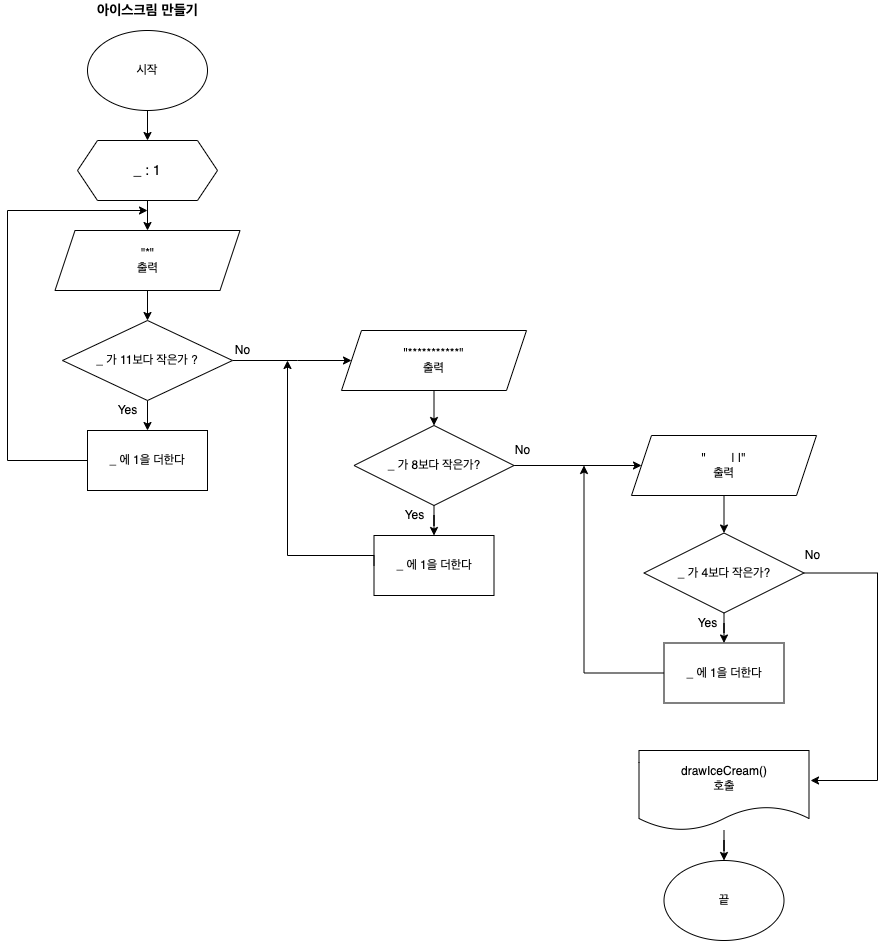
The draw.io diagram CodeStarterCamp_Week1/flowChart.drawIceCream.png in yagom-academy/swift-starter-camp-4th, before a commit. Source tidied: cells renumbered, new cells last; positions are measured from the earlier drawing's top-left corner, leaving out a move shared by most shapes. Its diagram source:
```xml
<mxGraphModel background="#ffffff">
  <root>
    <mxCell id="0" />
    <mxCell id="1" parent="0" />
    <mxCell id="2" style="edgeStyle=orthogonalEdgeStyle;rounded=0;orthogonalLoop=1;jettySize=auto;html=1;" parent="1" edge="1">
      <mxGeometry relative="1" as="geometry">
        <mxPoint x="140" y="100" as="sourcePoint" />
        <mxPoint x="140" y="140" as="targetPoint" />
      </mxGeometry>
    </mxCell>
    <mxCell id="3" value="시작" style="ellipse;whiteSpace=wrap;html=1;" parent="1" vertex="1">
      <mxGeometry x="80" y="30" width="120" height="80" as="geometry" />
    </mxCell>
    <mxCell id="4" style="edgeStyle=orthogonalEdgeStyle;rounded=0;orthogonalLoop=1;jettySize=auto;html=1;" parent="1" edge="1">
      <mxGeometry relative="1" as="geometry">
        <mxPoint x="140" y="200" as="sourcePoint" />
        <mxPoint x="140" y="230" as="targetPoint" />
      </mxGeometry>
    </mxCell>
    <mxCell id="5" style="edgeStyle=orthogonalEdgeStyle;rounded=0;orthogonalLoop=1;jettySize=auto;html=1;" parent="1" edge="1">
      <mxGeometry relative="1" as="geometry">
        <mxPoint x="140" y="290" as="sourcePoint" />
        <mxPoint x="140" y="320" as="targetPoint" />
      </mxGeometry>
    </mxCell>
    <mxCell id="6" style="edgeStyle=orthogonalEdgeStyle;rounded=0;jettySize=auto;html=1;" parent="1" edge="1" source="8">
      <mxGeometry relative="1" as="geometry">
        <mxPoint x="140" y="430" as="targetPoint" />
      </mxGeometry>
    </mxCell>
    <mxCell id="7" style="edgeStyle=orthogonalEdgeStyle;rounded=0;jettySize=auto;html=1;exitX=1;exitY=0.5;exitDx=0;exitDy=0;" parent="1" edge="1" source="8" target="23">
      <mxGeometry relative="1" as="geometry">
        <Array as="points">
          <mxPoint x="290" y="360" />
          <mxPoint x="290" y="360" />
        </Array>
      </mxGeometry>
    </mxCell>
    <mxCell id="8" value="_ 가 11보다 작은가 ?" style="rhombus;whiteSpace=wrap;html=1;" parent="1" vertex="1">
      <mxGeometry x="55" y="320" width="170" height="80" as="geometry" />
    </mxCell>
    <mxCell id="9" style="edgeStyle=orthogonalEdgeStyle;rounded=0;jettySize=auto;html=1;fontSize=12;" parent="1" edge="1" source="10">
      <mxGeometry relative="1" as="geometry">
        <mxPoint x="140" y="210" as="targetPoint" />
        <Array as="points">
          <mxPoint y="460" />
          <mxPoint y="210" />
          <mxPoint x="140" y="210" />
        </Array>
      </mxGeometry>
    </mxCell>
    <mxCell id="10" value="_ 에 1을 더한다" style="rounded=0;whiteSpace=wrap;html=1;" parent="1" vertex="1">
      <mxGeometry x="80" y="430" width="120" height="60" as="geometry" />
    </mxCell>
    <mxCell id="11" value="끝" style="ellipse;whiteSpace=wrap;html=1;" parent="1" vertex="1">
      <mxGeometry x="656.5" y="860" width="120" height="80" as="geometry" />
    </mxCell>
    <mxCell id="12" value="No" style="text;html=1;align=center;verticalAlign=middle;strokeColor=none;fillColor=none;" parent="1" vertex="1">
      <mxGeometry x="220" y="340" width="30" height="20" as="geometry" />
    </mxCell>
    <mxCell id="13" value="Yes" style="text;html=1;align=center;verticalAlign=middle;strokeColor=none;fillColor=none;" parent="1" vertex="1">
      <mxGeometry x="100" y="400" width="40" height="20" as="geometry" />
    </mxCell>
    <mxCell id="14" value="아이스크림 만들기" style="text;html=1;align=center;verticalAlign=middle;strokeColor=none;fillColor=none;fontSize=14;fontStyle=1;" parent="1" vertex="1">
      <mxGeometry x="80" width="120" height="20" as="geometry" />
    </mxCell>
    <mxCell id="15" style="edgeStyle=orthogonalEdgeStyle;rounded=0;jettySize=auto;html=1;" parent="1" edge="1" source="17" target="18">
      <mxGeometry relative="1" as="geometry" />
    </mxCell>
    <mxCell id="16" style="edgeStyle=orthogonalEdgeStyle;rounded=0;jettySize=auto;html=1;fontSize=12;" parent="1" edge="1" source="17" target="34">
      <mxGeometry relative="1" as="geometry" />
    </mxCell>
    <mxCell id="17" value="_ 가 8보다 작은가?" style="rhombus;whiteSpace=wrap;html=1;" parent="1" vertex="1">
      <mxGeometry x="346.5" y="425" width="160" height="80" as="geometry" />
    </mxCell>
    <mxCell id="18" value="_ 에 1을 더한다" style="rounded=0;whiteSpace=wrap;html=1;" parent="1" vertex="1">
      <mxGeometry x="366.5" y="535" width="120" height="60" as="geometry" />
    </mxCell>
    <mxCell id="19" style="edgeStyle=orthogonalEdgeStyle;rounded=0;jettySize=auto;html=1;exitX=0;exitY=0.5;exitDx=0;exitDy=0;" parent="1" edge="1" source="18">
      <mxGeometry relative="1" as="geometry">
        <mxPoint x="280" y="360" as="targetPoint" />
        <Array as="points">
          <mxPoint x="280" y="555" />
        </Array>
      </mxGeometry>
    </mxCell>
    <mxCell id="20" value="Yes" style="text;html=1;align=center;verticalAlign=middle;strokeColor=none;fillColor=none;" parent="1" vertex="1">
      <mxGeometry x="386.5" y="505" width="40" height="20" as="geometry" />
    </mxCell>
    <mxCell id="21" value="No" style="text;html=1;align=center;verticalAlign=middle;strokeColor=none;fillColor=none;" parent="1" vertex="1">
      <mxGeometry x="500" y="440" width="30" height="20" as="geometry" />
    </mxCell>
    <mxCell id="22" value="&quot;*&quot;&lt;br style=&quot;font-size: 12px;&quot;&gt;출력" style="shape=parallelogram;perimeter=parallelogramPerimeter;whiteSpace=wrap;html=1;fixedSize=1;fontSize=12;" parent="1" vertex="1">
      <mxGeometry x="47.5" y="230" width="185" height="60" as="geometry" />
    </mxCell>
    <mxCell id="23" value="&quot;***********&quot;&lt;br style=&quot;font-size: 12px;&quot;&gt;출력" style="shape=parallelogram;perimeter=parallelogramPerimeter;whiteSpace=wrap;html=1;fixedSize=1;fontSize=12;" parent="1" vertex="1">
      <mxGeometry x="334" y="330" width="185" height="60" as="geometry" />
    </mxCell>
    <mxCell id="24" value="_ : 1" style="shape=hexagon;perimeter=hexagonPerimeter2;whiteSpace=wrap;html=1;fixedSize=1;fontSize=14;" parent="1" vertex="1">
      <mxGeometry x="70" y="140" width="140" height="60" as="geometry" />
    </mxCell>
    <mxCell id="25" style="edgeStyle=orthogonalEdgeStyle;rounded=0;jettySize=auto;html=1;entryX=0.5;entryY=0;entryDx=0;entryDy=0;fontSize=12;" parent="1" edge="1" source="26" target="11">
      <mxGeometry relative="1" as="geometry" />
    </mxCell>
    <mxCell id="26" value="drawIceCream()&lt;br style=&quot;font-size: 12px&quot;&gt;호출" style="shape=document;whiteSpace=wrap;html=1;boundedLbl=1;fontSize=12;" parent="1" vertex="1">
      <mxGeometry x="631.5" y="750" width="170" height="80" as="geometry" />
    </mxCell>
    <mxCell id="27" style="edgeStyle=orthogonalEdgeStyle;rounded=0;jettySize=auto;html=1;exitX=0.5;exitY=1;exitDx=0;exitDy=0;" parent="1" edge="1" source="23">
      <mxGeometry relative="1" as="geometry">
        <mxPoint x="426.5" y="425" as="targetPoint" />
      </mxGeometry>
    </mxCell>
    <mxCell id="28" style="edgeStyle=orthogonalEdgeStyle;rounded=0;jettySize=auto;html=1;fontSize=12;entryX=1.009;entryY=0.375;entryDx=0;entryDy=0;entryPerimeter=0;exitX=1;exitY=0.5;exitDx=0;exitDy=0;" parent="1" edge="1" source="30" target="26">
      <mxGeometry relative="1" as="geometry">
        <Array as="points">
          <mxPoint x="870" y="573" />
          <mxPoint x="870" y="780" />
        </Array>
      </mxGeometry>
    </mxCell>
    <mxCell id="29" style="edgeStyle=orthogonalEdgeStyle;rounded=0;jettySize=auto;html=1;entryX=0.5;entryY=0;entryDx=0;entryDy=0;fontSize=12;" parent="1" edge="1" source="30" target="31">
      <mxGeometry relative="1" as="geometry" />
    </mxCell>
    <mxCell id="30" value="_ 가 4보다 작은가?" style="rhombus;whiteSpace=wrap;html=1;" parent="1" vertex="1">
      <mxGeometry x="636.5" y="532.5" width="160" height="80" as="geometry" />
    </mxCell>
    <mxCell id="31" value="_ 에 1을 더한다" style="rounded=0;whiteSpace=wrap;html=1;" parent="1" vertex="1">
      <mxGeometry x="656.5" y="642.5" width="120" height="60" as="geometry" />
    </mxCell>
    <mxCell id="32" style="edgeStyle=orthogonalEdgeStyle;rounded=0;jettySize=auto;html=1;exitX=0;exitY=0.5;exitDx=0;exitDy=0;" parent="1" edge="1" source="31">
      <mxGeometry relative="1" as="geometry">
        <mxPoint x="576.5" y="465" as="targetPoint" />
        <Array as="points">
          <mxPoint x="576.5" y="672.5" />
          <mxPoint x="576.5" y="512.5" />
        </Array>
      </mxGeometry>
    </mxCell>
    <mxCell id="33" value="Yes" style="text;html=1;align=center;verticalAlign=middle;strokeColor=none;fillColor=none;" parent="1" vertex="1">
      <mxGeometry x="680" y="612.5" width="40" height="20" as="geometry" />
    </mxCell>
    <mxCell id="34" value="&quot;&lt;span style=&quot;white-space: pre&quot;&gt;&#9;&lt;/span&gt;&lt;span&gt;&#9;&lt;/span&gt;| |&quot;&lt;br&gt;출력" style="shape=parallelogram;perimeter=parallelogramPerimeter;whiteSpace=wrap;html=1;fixedSize=1;fontSize=12;" parent="1" vertex="1">
      <mxGeometry x="624" y="435" width="185" height="60" as="geometry" />
    </mxCell>
    <mxCell id="35" style="edgeStyle=orthogonalEdgeStyle;rounded=0;jettySize=auto;html=1;exitX=0.5;exitY=1;exitDx=0;exitDy=0;" parent="1" edge="1" source="34">
      <mxGeometry relative="1" as="geometry">
        <mxPoint x="716.5" y="532.5" as="targetPoint" />
      </mxGeometry>
    </mxCell>
    <mxCell id="36" value="No" style="text;html=1;align=center;verticalAlign=middle;strokeColor=none;fillColor=none;" parent="1" vertex="1">
      <mxGeometry x="790" y="545" width="30" height="20" as="geometry" />
    </mxCell>
  </root>
</mxGraphModel>
```
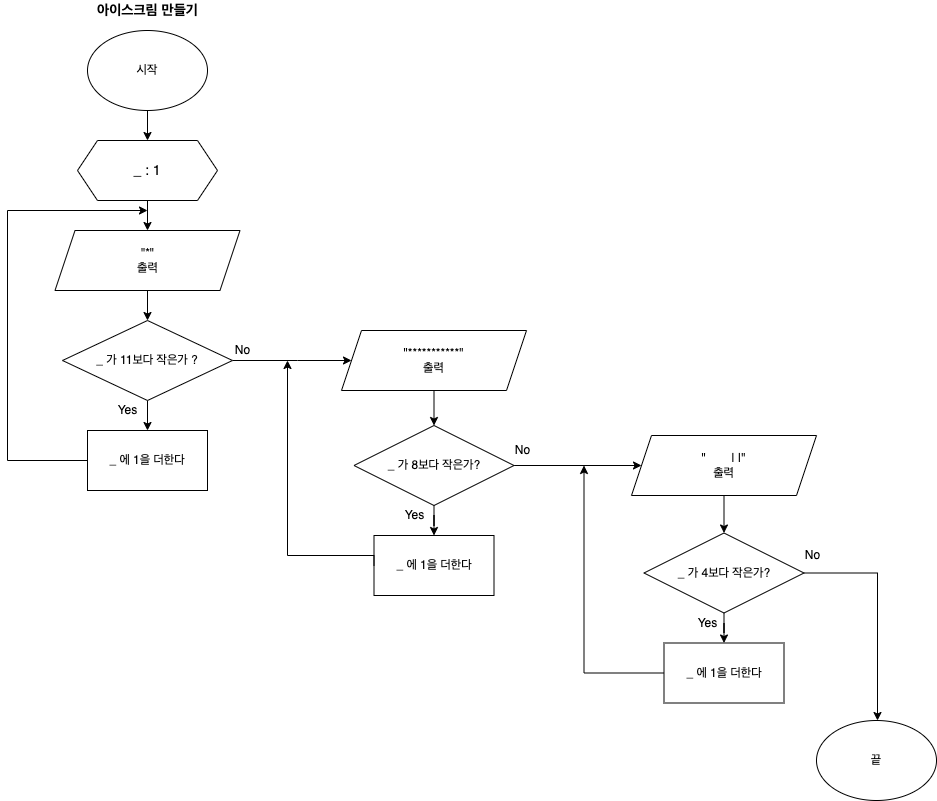
After the change.

Diff of the diagram source:
```diff
@@ -53,7 +53,7 @@
       <mxGeometry x="80" y="430" width="120" height="60" as="geometry" />
     </mxCell>
     <mxCell id="11" value="끝" style="ellipse;whiteSpace=wrap;html=1;" parent="1" vertex="1">
-      <mxGeometry x="656.5" y="860" width="120" height="80" as="geometry" />
+      <mxGeometry x="809" y="720" width="120" height="80" as="geometry" />
     </mxCell>
     <mxCell id="12" value="No" style="text;html=1;align=center;verticalAlign=middle;strokeColor=none;fillColor=none;" parent="1" vertex="1">
       <mxGeometry x="220" y="340" width="30" height="20" as="geometry" />
@@ -99,22 +99,16 @@
     <mxCell id="24" value="_ : 1" style="shape=hexagon;perimeter=hexagonPerimeter2;whiteSpace=wrap;html=1;fixedSize=1;fontSize=14;" parent="1" vertex="1">
       <mxGeometry x="70" y="140" width="140" height="60" as="geometry" />
     </mxCell>
-    <mxCell id="25" style="edgeStyle=orthogonalEdgeStyle;rounded=0;jettySize=auto;html=1;entryX=0.5;entryY=0;entryDx=0;entryDy=0;fontSize=12;" parent="1" edge="1" source="26" target="11">
-      <mxGeometry relative="1" as="geometry" />
-    </mxCell>
-    <mxCell id="26" value="drawIceCream()&lt;br style=&quot;font-size: 12px&quot;&gt;호출" style="shape=document;whiteSpace=wrap;html=1;boundedLbl=1;fontSize=12;" parent="1" vertex="1">
-      <mxGeometry x="631.5" y="750" width="170" height="80" as="geometry" />
-    </mxCell>
     <mxCell id="27" style="edgeStyle=orthogonalEdgeStyle;rounded=0;jettySize=auto;html=1;exitX=0.5;exitY=1;exitDx=0;exitDy=0;" parent="1" edge="1" source="23">
       <mxGeometry relative="1" as="geometry">
         <mxPoint x="426.5" y="425" as="targetPoint" />
       </mxGeometry>
     </mxCell>
-    <mxCell id="28" style="edgeStyle=orthogonalEdgeStyle;rounded=0;jettySize=auto;html=1;fontSize=12;entryX=1.009;entryY=0.375;entryDx=0;entryDy=0;entryPerimeter=0;exitX=1;exitY=0.5;exitDx=0;exitDy=0;" parent="1" edge="1" source="30" target="26">
+    <mxCell id="28" style="edgeStyle=orthogonalEdgeStyle;rounded=0;jettySize=auto;html=1;fontSize=12;exitX=1;exitY=0.5;exitDx=0;exitDy=0;" parent="1" edge="1" source="30">
       <mxGeometry relative="1" as="geometry">
+        <mxPoint x="870" y="720" as="targetPoint" />
         <Array as="points">
           <mxPoint x="870" y="573" />
-          <mxPoint x="870" y="780" />
         </Array>
       </mxGeometry>
     </mxCell>
```
